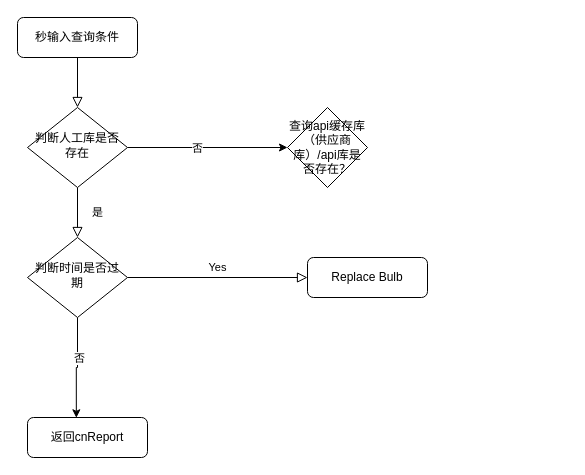
This is 流程图/大数据.drawio from lq460541033/draw_dev, a draw.io file, before an edit. Source tidied: cells renumbered, new cells numbered last; positions are measured from the earlier drawing's top-left corner, leaving out a move shared by most shapes. Both pictures are drawn from the tidied source at 100%, with x=0, y=0 at pixel (17, 17).
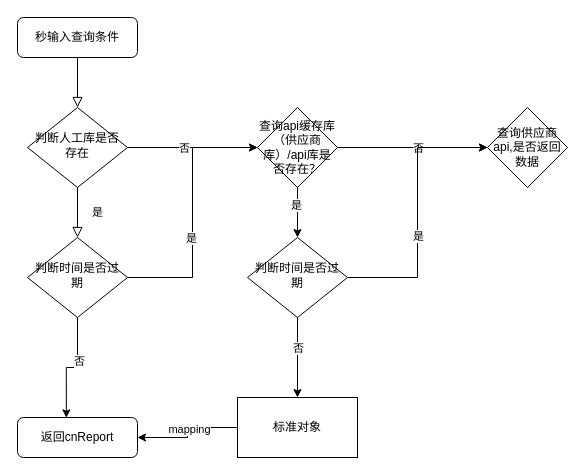
The same page after the edit.

The change refers to these unchanged cells:
```xml
<mxCell id="11" value="判断时间是否过期" style="rhombus;whiteSpace=wrap;html=1;shadow=0;fontFamily=Helvetica;fontSize=12;align=center;strokeWidth=1;spacing=6;spacingTop=-4;" parent="1" vertex="1">
  <mxGeometry x="10" y="220" width="100" height="80" as="geometry" />
</mxCell>
```

Diff of the diagram source:
```diff
@@
-    <mxCell id="8" value="Yes" style="edgeStyle=orthogonalEdgeStyle;rounded=0;html=1;jettySize=auto;fontSize=11;endArrow=block;endFill=0;endSize=8;strokeWidth=1;shadow=0;labelBackgroundColor=none;" parent="1" edge="1" source="11" target="13">
-      <mxGeometry y="10" relative="1" as="geometry" />
-    </mxCell>
@@
+    <mxCell id="15" style="edgeStyle=orthogonalEdgeStyle;rounded=0;jettySize=auto;html=1;entryX=0;entryY=0.5;entryDx=0;entryDy=0;" parent="1" edge="1" source="11" target="14">
+      <mxGeometry relative="1" as="geometry" />
+    </mxCell>
+    <mxCell id="16" value="是" style="edgeLabel;html=1;align=center;verticalAlign=middle;" parent="15" vertex="1">
+      <mxGeometry x="-0.19" y="2" relative="1" as="geometry" />
+    </mxCell>
@@
     <mxCell id="12" value="返回cnReport" style="rounded=1;whiteSpace=wrap;html=1;fontSize=12;glass=0;strokeWidth=1;shadow=0;" parent="1" vertex="1">
-      <mxGeometry x="10" y="400" width="120" height="40" as="geometry" />
+      <mxGeometry y="400" width="120" height="40" as="geometry" />
     </mxCell>
-    <mxCell id="13" value="Replace Bulb" style="rounded=1;whiteSpace=wrap;html=1;fontSize=12;glass=0;strokeWidth=1;shadow=0;" parent="1" vertex="1">
-      <mxGeometry x="290" y="240" width="120" height="40" as="geometry" />
-    </mxCell>
+    <mxCell id="17" style="edgeStyle=orthogonalEdgeStyle;rounded=0;jettySize=auto;html=1;entryX=0.5;entryY=0;entryDx=0;entryDy=0;" parent="1" edge="1" source="14" target="29">
+      <mxGeometry relative="1" as="geometry" />
+    </mxCell>
+    <mxCell id="18" value="是" style="edgeLabel;html=1;align=center;verticalAlign=middle;" parent="17" vertex="1">
+      <mxGeometry x="-0.31" y="-2" relative="1" as="geometry" />
+    </mxCell>
+    <mxCell id="19" style="edgeStyle=orthogonalEdgeStyle;rounded=0;jettySize=auto;html=1;entryX=0;entryY=0.5;entryDx=0;entryDy=0;entryPerimeter=0;" parent="1" edge="1" source="14" target="24">
+      <mxGeometry relative="1" as="geometry" />
+    </mxCell>
+    <mxCell id="20" value="否" style="edgeLabel;html=1;align=center;verticalAlign=middle;" parent="19" vertex="1">
+      <mxGeometry x="0.07" relative="1" as="geometry" />
+    </mxCell>
     <mxCell id="14" value="&lt;span&gt;查询api缓存库（供应商库）/api库是否存在？&lt;/span&gt;" style="rhombus;whiteSpace=wrap;html=1;" parent="1" vertex="1">
-      <mxGeometry x="270" y="90" width="80" height="80" as="geometry" />
+      <mxGeometry x="240" y="90" width="80" height="80" as="geometry" />
     </mxCell>
+    <mxCell id="21" style="edgeStyle=orthogonalEdgeStyle;rounded=0;jettySize=auto;html=1;entryX=1;entryY=0.5;entryDx=0;entryDy=0;" parent="1" edge="1" source="23" target="12">
+      <mxGeometry relative="1" as="geometry" />
+    </mxCell>
+    <mxCell id="22" value="mapping" style="edgeLabel;html=1;align=center;verticalAlign=middle;" parent="21" vertex="1">
+      <mxGeometry x="-0.07" y="1" relative="1" as="geometry" />
+    </mxCell>
+    <mxCell id="23" value="标准对象" style="whiteSpace=wrap;html=1;" parent="1" vertex="1">
+      <mxGeometry x="220" y="380" width="120" height="60" as="geometry" />
+    </mxCell>
+    <mxCell id="24" value="查询供应商api,是否返回数据" style="rhombus;whiteSpace=wrap;html=1;" parent="1" vertex="1">
+      <mxGeometry x="470" y="90" width="80" height="80" as="geometry" />
+    </mxCell>
+    <mxCell id="25" style="edgeStyle=orthogonalEdgeStyle;rounded=0;jettySize=auto;html=1;entryX=0.5;entryY=0;entryDx=0;entryDy=0;" parent="1" edge="1" source="29" target="23">
+      <mxGeometry relative="1" as="geometry" />
+    </mxCell>
+    <mxCell id="26" value="否" style="edgeLabel;html=1;align=center;verticalAlign=middle;" parent="25" vertex="1">
+      <mxGeometry x="-0.25" relative="1" as="geometry" />
+    </mxCell>
+    <mxCell id="27" style="edgeStyle=orthogonalEdgeStyle;rounded=0;jettySize=auto;html=1;entryX=0;entryY=0.5;entryDx=0;entryDy=0;" parent="1" edge="1" source="29" target="24">
+      <mxGeometry relative="1" as="geometry" />
+    </mxCell>
+    <mxCell id="28" value="是" style="edgeLabel;html=1;align=center;verticalAlign=middle;" parent="27" vertex="1">
+      <mxGeometry x="-0.17" relative="1" as="geometry" />
+    </mxCell>
+    <mxCell id="29" value="判断时间是否过期" style="rhombus;whiteSpace=wrap;html=1;shadow=0;fontFamily=Helvetica;fontSize=12;align=center;strokeWidth=1;spacing=6;spacingTop=-4;" parent="1" vertex="1">
+      <mxGeometry x="230" y="220" width="100" height="80" as="geometry" />
+    </mxCell>
```
